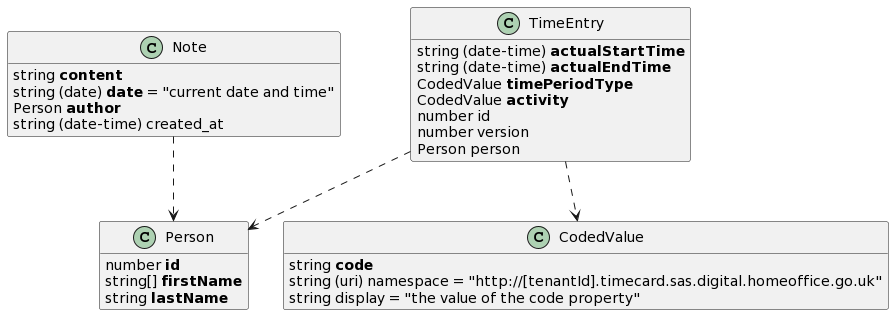
UKHomeOffice/callisto-timecard-restapi keeps this PlantUML diagram as docs/images/payload-model.png. Above is the earlier version.
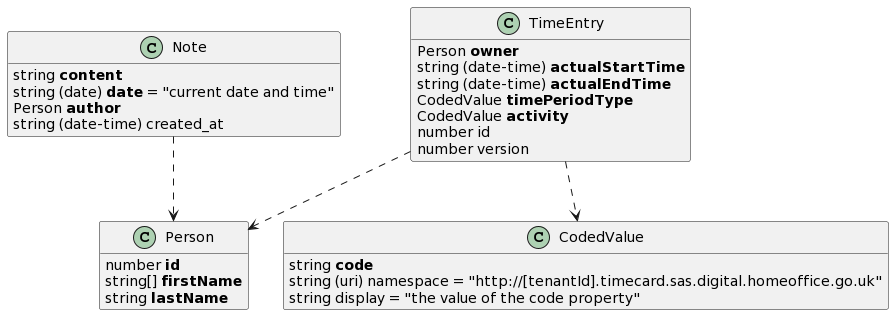
After the commit.

Commit message:
corrected terminology error in payload model

Diff of the diagram source:
```diff
@@ -30,13 +30,13 @@
 
 
 class TimeEntry {
+    {field} Person <b>owner</b>
     {field} string (date-time) <b>actualStartTime</b>
     {field} string (date-time) <b>actualEndTime</b>
     {field} CodedValue <b>timePeriodType</b>
     {field} CodedValue <b>activity</b>
     {field} number id
     {field} number version
-    {field} Person person
 }
 
 TimeEntry ..> CodedValue
```
